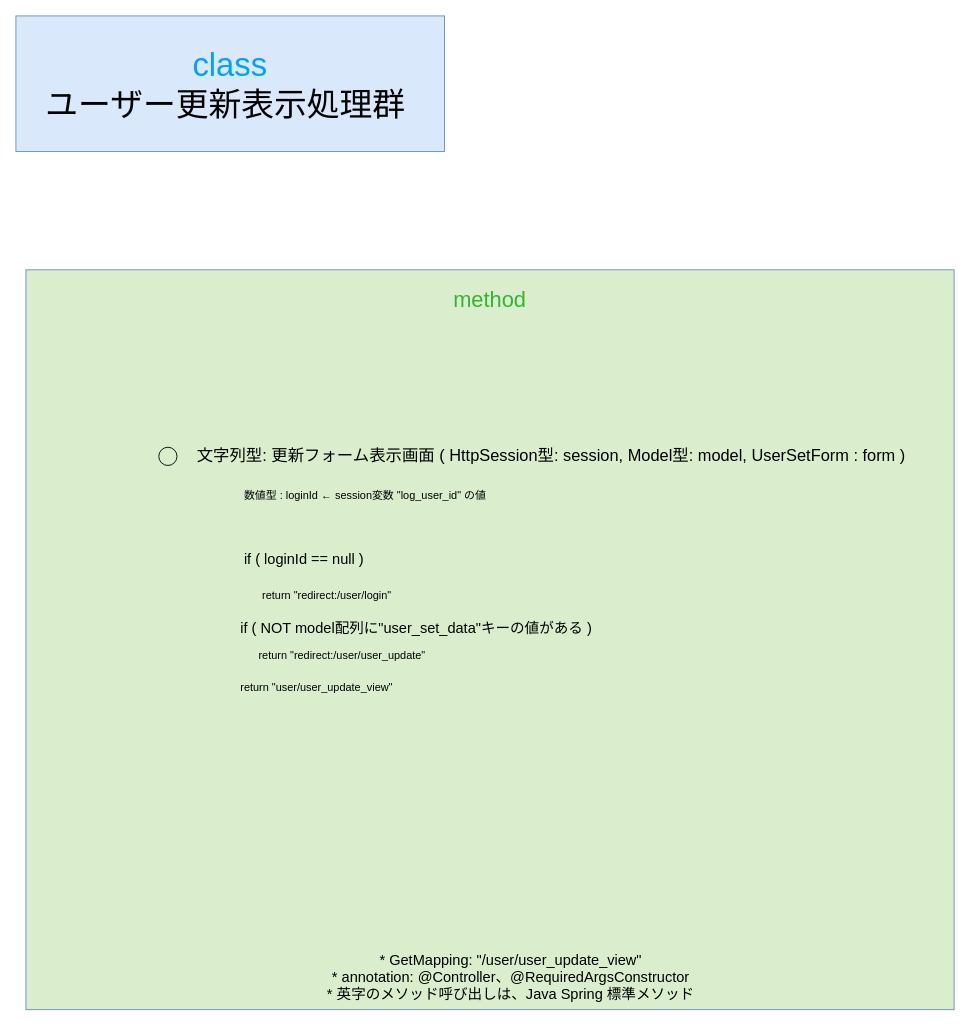
The draw.io diagram gijigengo/controller/view/user/meeting_reservation_sys controller_view_user UserSetViewControllerクラス 疑似言語.drawio in tro319/meeting_reservation_system, before the edit. Source tidied: cells renumbered, new cells numbered last; positions are measured from the earlier drawing's top-left corner, leaving out a move shared by most shapes. Both pictures are drawn from the tidied source at 91%, with x=0, y=0 at pixel (15, 15).
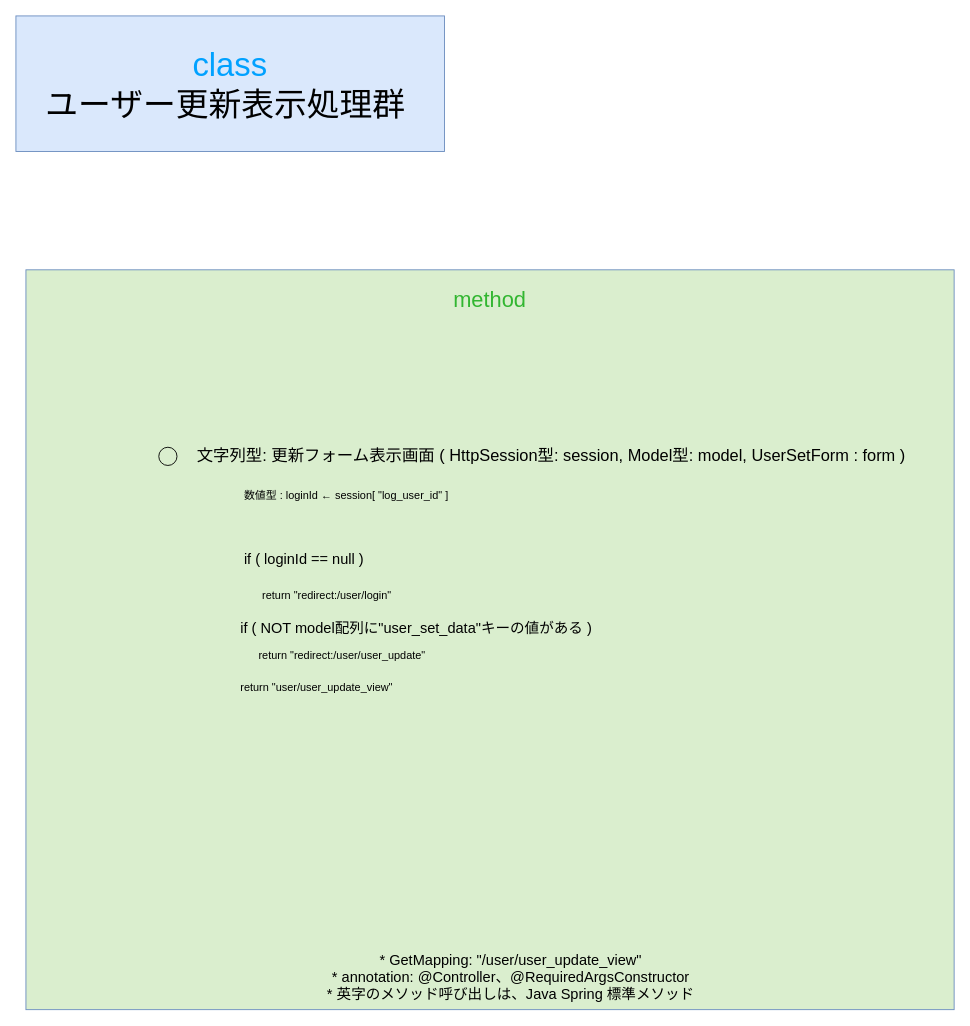
The same page after the edit.

The edit, as a diff of the source:
```diff
@@
 <mxGraphModel>
   <root>
     <mxCell id="0" />
     <mxCell id="1" parent="0" />
     <mxCell id="2" value="&lt;div&gt;&lt;span style=&quot;color: rgb(0, 161, 255);&quot;&gt;class&lt;/span&gt;&lt;/div&gt;&lt;div&gt;ユーザー更新表示処理群&amp;nbsp;&lt;/div&gt;" style="text;html=1;whiteSpace=wrap;strokeColor=#6c8ebf;fillColor=#dae8fc;align=center;verticalAlign=middle;rounded=0;fontSize=36;" parent="1" vertex="1">
       <mxGeometry width="471" height="149" as="geometry" />
     </mxCell>
     <mxCell id="3" value="&lt;div&gt;&lt;font style=&quot;font-size: 24px;&quot;&gt;&lt;span style=&quot;color: rgb(50, 182, 49);&quot;&gt;&lt;span style=&quot;&quot;&gt;&lt;span style=&quot;&quot;&gt;&lt;span&gt;method&lt;/span&gt;&lt;/span&gt;&lt;/span&gt;&lt;/span&gt;&lt;/font&gt;&lt;/div&gt;&lt;div&gt;&lt;font style=&quot;font-size: 24px;&quot;&gt;&lt;span style=&quot;color: rgba(0, 0, 0, 0);&quot;&gt;&lt;span style=&quot;color: rgba(0, 0, 0, 0);&quot;&gt;&lt;span style=&quot;&quot;&gt;&lt;span style=&quot;&quot;&gt;&lt;br&gt;&lt;/span&gt;&lt;/span&gt;&lt;/span&gt;&lt;/span&gt;&lt;/font&gt;&lt;/div&gt;" style="text;html=1;whiteSpace=wrap;strokeColor=#6c8ebf;fillColor=light-dark(#daeece, #214210);align=center;verticalAlign=top;rounded=0;fontSize=36;fontColor=#00A1FF;" parent="1" vertex="1">
       <mxGeometry x="11" y="279" width="1020" height="813" as="geometry" />
     </mxCell>
-    <mxCell id="4" value="&lt;div&gt;&lt;span style=&quot;color: rgb(0, 0, 0);&quot;&gt;&lt;font&gt;数値型 : loginId ←&amp;nbsp;&lt;/font&gt;&lt;/span&gt;&lt;span style=&quot;color: rgb(0, 0, 0);&quot;&gt;&lt;font&gt;session変数 &quot;log_user_id&quot; の値&lt;/font&gt;&lt;/span&gt;&lt;/div&gt;" style="text;html=1;whiteSpace=wrap;strokeColor=none;fillColor=none;align=left;verticalAlign=middle;rounded=0;fontSize=12;" parent="1" vertex="1">
+    <mxCell id="4" value="&lt;div&gt;&lt;span style=&quot;color: rgb(0, 0, 0);&quot;&gt;&lt;font&gt;数値型 : loginId ←&amp;nbsp;&lt;/font&gt;&lt;/span&gt;&lt;span style=&quot;color: rgb(0, 0, 0);&quot;&gt;&lt;font&gt;session[ &quot;log_user_id&quot; ]&lt;/font&gt;&lt;/span&gt;&lt;/div&gt;" style="text;html=1;whiteSpace=wrap;strokeColor=none;fillColor=none;align=left;verticalAlign=middle;rounded=0;fontSize=12;" parent="1" vertex="1">
       <mxGeometry x="249" y="512" width="590" height="30" as="geometry" />
     </mxCell>
     <mxCell id="5" value="&lt;div&gt;&lt;span&gt;&lt;span&gt;&lt;span style=&quot;color: rgb(0, 0, 0);&quot;&gt;&lt;font style=&quot;font-size: 16px;&quot;&gt;* GetMapping: &quot;/user/user_update_view&quot;&lt;/font&gt;&lt;/span&gt;&lt;/span&gt;&lt;/span&gt;&lt;/div&gt;&lt;div&gt;&lt;span&gt;&lt;span&gt;&lt;span style=&quot;color: rgb(0, 0, 0);&quot;&gt;&lt;font style=&quot;font-size: 16px;&quot;&gt;* annotation: @Controller、@RequiredArgsConstructor&lt;/font&gt;&lt;/span&gt;&lt;/span&gt;&lt;/span&gt;&lt;/div&gt;&lt;div&gt;&lt;span&gt;&lt;span&gt;&lt;span style=&quot;color: rgb(0, 0, 0);&quot;&gt;&lt;font style=&quot;font-size: 16px;&quot;&gt;* 英字のメソッド呼び出しは、Java Spring 標準メソッド&lt;/font&gt;&lt;/span&gt;&lt;/span&gt;&lt;/span&gt;&lt;/div&gt;" style="text;html=1;whiteSpace=wrap;strokeColor=none;fillColor=none;align=center;verticalAlign=middle;rounded=0;" parent="1" vertex="1">
       <mxGeometry x="249" y="1041" width="590" height="30" as="geometry" />
     </mxCell>
     <mxCell id="6" value="&lt;div align=&quot;left&quot;&gt;&lt;span style=&quot;color: rgb(0, 0, 0);&quot;&gt;&lt;font style=&quot;font-size: 16px;&quot;&gt;if ( loginId == null )&amp;nbsp;&lt;/font&gt;&lt;/span&gt;&lt;/div&gt;" style="text;html=1;whiteSpace=wrap;strokeColor=none;fillColor=none;align=left;verticalAlign=middle;rounded=0;" parent="1" vertex="1">
       <mxGeometry x="249" y="582" width="590" height="30" as="geometry" />
     </mxCell>
     <mxCell id="7" value="return &quot;redirect:/user/login&quot;" style="text;html=1;whiteSpace=wrap;strokeColor=none;fillColor=none;align=left;verticalAlign=middle;rounded=0;" parent="1" vertex="1">
       <mxGeometry x="269" y="622" width="590" height="30" as="geometry" />
     </mxCell>
     <mxCell id="8" value="return &quot;user/user_update_view&quot;" style="text;html=1;whiteSpace=wrap;strokeColor=none;fillColor=none;align=left;verticalAlign=middle;rounded=0;" parent="1" vertex="1">
       <mxGeometry x="245" y="723" width="590" height="30" as="geometry" />
     </mxCell>
     <mxCell id="9" value="&amp;nbsp; &amp;nbsp; &amp;nbsp; &amp;nbsp; &amp;nbsp; &amp;nbsp; &amp;nbsp;" style="ellipse;whiteSpace=wrap;html=1;fillColor=none;" parent="1" vertex="1">
       <mxGeometry x="157" y="474" width="20" height="20" as="geometry" />
     </mxCell>
     <mxCell id="10" value="&lt;font style=&quot;font-size: 18px;&quot;&gt;&lt;span&gt;&lt;span&gt;&lt;span style=&quot;color: rgb(0, 0, 0);&quot;&gt;&lt;font&gt;文字列型: 更新フォーム表示画面 ( HttpSession型: session, Model型: model, UserSetForm : form )&lt;/font&gt;&lt;/span&gt;&lt;/span&gt;&lt;/span&gt;&lt;/font&gt;" style="whiteSpace=wrap;html=1;fillColor=none;labelBorderColor=none;strokeColor=none;" parent="1" vertex="1">
       <mxGeometry x="188" y="469" width="801" height="30" as="geometry" />
     </mxCell>
     <mxCell id="11" value="&lt;div align=&quot;left&quot;&gt;&lt;span style=&quot;color: rgb(0, 0, 0);&quot;&gt;&lt;font style=&quot;font-size: 16px;&quot;&gt;if ( NOT model配列に&quot;user_set_data&quot;キーの値がある )&amp;nbsp;&lt;/font&gt;&lt;/span&gt;&lt;/div&gt;" style="text;html=1;whiteSpace=wrap;strokeColor=none;fillColor=none;align=left;verticalAlign=middle;rounded=0;" parent="1" vertex="1">
       <mxGeometry x="245" y="658" width="590" height="30" as="geometry" />
     </mxCell>
     <mxCell id="12" value="return &quot;redirect:/user/user_update&quot;" style="text;html=1;whiteSpace=wrap;strokeColor=none;fillColor=none;align=left;verticalAlign=middle;rounded=0;" parent="1" vertex="1">
       <mxGeometry x="265" y="688" width="590" height="30" as="geometry" />
     </mxCell>
   </root>
 </mxGraphModel>
```
